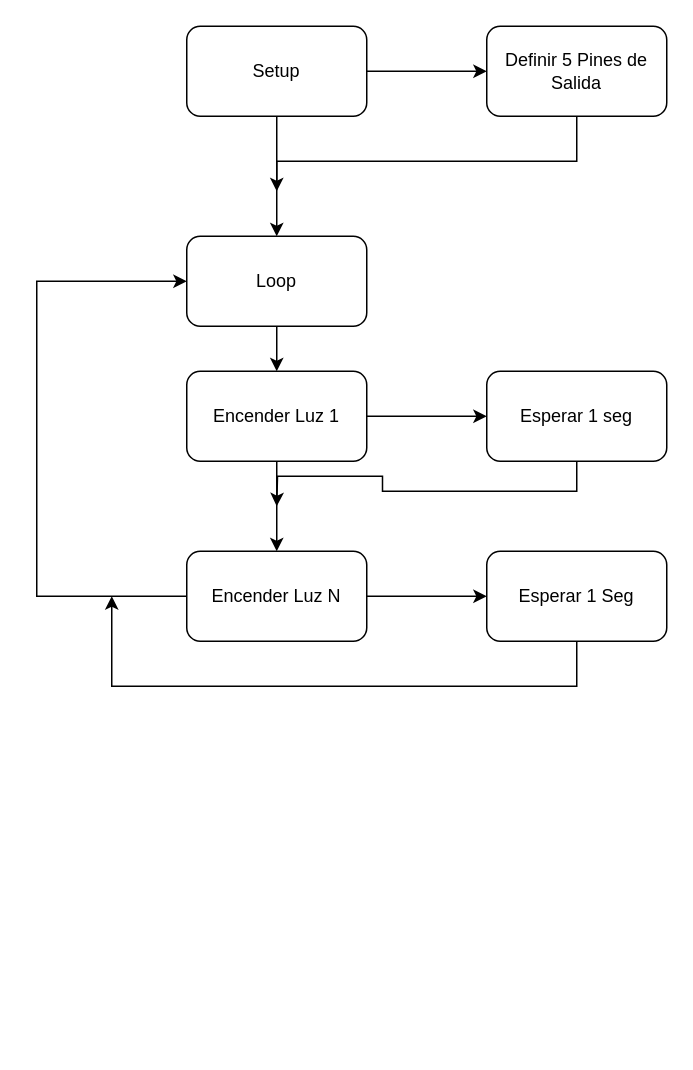
This is arduino.drawio from grg8881m/electiva_iot, a draw.io file, before an edit. Source tidied: cells renumbered, new cells numbered last; positions are measured from the earlier drawing's top-left corner, leaving out a move shared by most shapes. Both pictures are drawn from the tidied source at 150%, with x=0, y=0 at pixel (36, 26).
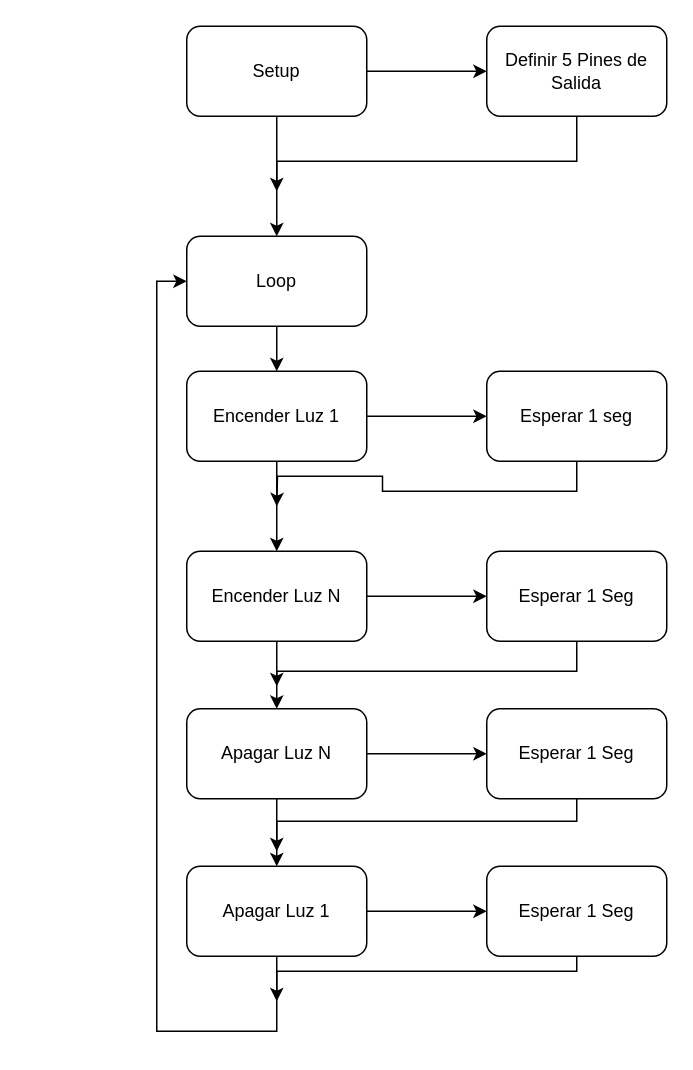
After the change.

The change refers to these unchanged cells:
```xml
<mxCell id="14" value="Encender Luz N" style="whiteSpace=wrap;html=1;rounded=1;" parent="1" vertex="1">
  <mxGeometry x="100" y="350" width="120" height="60" as="geometry" />
</mxCell>
<mxCell id="16" value="Esperar 1 Seg" style="whiteSpace=wrap;html=1;rounded=1;" parent="1" vertex="1">
  <mxGeometry x="300" y="350" width="120" height="60" as="geometry" />
</mxCell>
<mxCell id="18" value="Loop" style="rounded=1;whiteSpace=wrap;html=1;" parent="1" vertex="1">
  <mxGeometry x="100" y="140" width="120" height="60" as="geometry" />
</mxCell>
```

What changed in the source:
```diff
@@
-    <mxCell id="13" style="edgeStyle=orthogonalEdgeStyle;rounded=0;jettySize=auto;html=1;entryX=0;entryY=0.5;entryDx=0;entryDy=0;" parent="1" edge="1" source="14" target="18">
-      <mxGeometry relative="1" as="geometry">
-        <Array as="points">
-          <mxPoint y="380" />
-          <mxPoint y="170" />
-        </Array>
-      </mxGeometry>
-    </mxCell>
+    <mxCell id="19" style="edgeStyle=orthogonalEdgeStyle;rounded=0;jettySize=auto;html=1;" parent="1" edge="1" source="14" target="23">
+      <mxGeometry relative="1" as="geometry" />
+    </mxCell>
@@
-    <mxCell id="15" style="edgeStyle=orthogonalEdgeStyle;rounded=0;jettySize=auto;html=1;" parent="1" edge="1" source="16">
-      <mxGeometry relative="1" as="geometry">
-        <mxPoint x="50" y="380" as="targetPoint" />
-        <Array as="points">
-          <mxPoint x="360" y="440" />
-          <mxPoint x="50" y="440" />
-        </Array>
-      </mxGeometry>
-    </mxCell>
+    <mxCell id="20" style="edgeStyle=orthogonalEdgeStyle;rounded=0;jettySize=auto;html=1;" parent="1" edge="1" source="16">
+      <mxGeometry relative="1" as="geometry">
+        <mxPoint x="160" y="440" as="targetPoint" />
+        <Array as="points">
+          <mxPoint x="360" y="430" />
+          <mxPoint x="160" y="430" />
+        </Array>
+      </mxGeometry>
+    </mxCell>
@@
+    <mxCell id="21" style="edgeStyle=orthogonalEdgeStyle;rounded=0;jettySize=auto;html=1;" parent="1" edge="1" source="23" target="25">
+      <mxGeometry relative="1" as="geometry" />
+    </mxCell>
+    <mxCell id="22" style="edgeStyle=orthogonalEdgeStyle;rounded=0;jettySize=auto;html=1;" parent="1" edge="1" source="23" target="28">
+      <mxGeometry relative="1" as="geometry" />
+    </mxCell>
+    <mxCell id="23" value="Apagar Luz N" style="whiteSpace=wrap;html=1;rounded=1;" parent="1" vertex="1">
+      <mxGeometry x="100" y="455" width="120" height="60" as="geometry" />
+    </mxCell>
+    <mxCell id="24" style="edgeStyle=orthogonalEdgeStyle;rounded=0;jettySize=auto;html=1;" parent="1" edge="1" source="25">
+      <mxGeometry relative="1" as="geometry">
+        <mxPoint x="160" y="550" as="targetPoint" />
+        <Array as="points">
+          <mxPoint x="360" y="530" />
+          <mxPoint x="160" y="530" />
+        </Array>
+      </mxGeometry>
+    </mxCell>
+    <mxCell id="25" value="Esperar 1 Seg" style="whiteSpace=wrap;html=1;rounded=1;" parent="1" vertex="1">
+      <mxGeometry x="300" y="455" width="120" height="60" as="geometry" />
+    </mxCell>
+    <mxCell id="26" style="edgeStyle=orthogonalEdgeStyle;rounded=0;jettySize=auto;html=1;" parent="1" edge="1" source="28" target="30">
+      <mxGeometry relative="1" as="geometry" />
+    </mxCell>
+    <mxCell id="27" style="edgeStyle=orthogonalEdgeStyle;rounded=0;jettySize=auto;html=1;entryX=0;entryY=0.5;entryDx=0;entryDy=0;" parent="1" edge="1" source="28" target="18">
+      <mxGeometry relative="1" as="geometry">
+        <Array as="points">
+          <mxPoint x="160" y="670" />
+          <mxPoint x="80" y="670" />
+          <mxPoint x="80" y="170" />
+        </Array>
+      </mxGeometry>
+    </mxCell>
+    <mxCell id="28" value="Apagar Luz 1" style="whiteSpace=wrap;html=1;rounded=1;" parent="1" vertex="1">
+      <mxGeometry x="100" y="560" width="120" height="60" as="geometry" />
+    </mxCell>
+    <mxCell id="29" style="edgeStyle=orthogonalEdgeStyle;rounded=0;jettySize=auto;html=1;" parent="1" edge="1" source="30">
+      <mxGeometry relative="1" as="geometry">
+        <mxPoint x="160" y="650" as="targetPoint" />
+        <Array as="points">
+          <mxPoint x="360" y="630" />
+          <mxPoint x="160" y="630" />
+        </Array>
+      </mxGeometry>
+    </mxCell>
+    <mxCell id="30" value="Esperar 1 Seg" style="whiteSpace=wrap;html=1;rounded=1;" parent="1" vertex="1">
+      <mxGeometry x="300" y="560" width="120" height="60" as="geometry" />
+    </mxCell>
```
